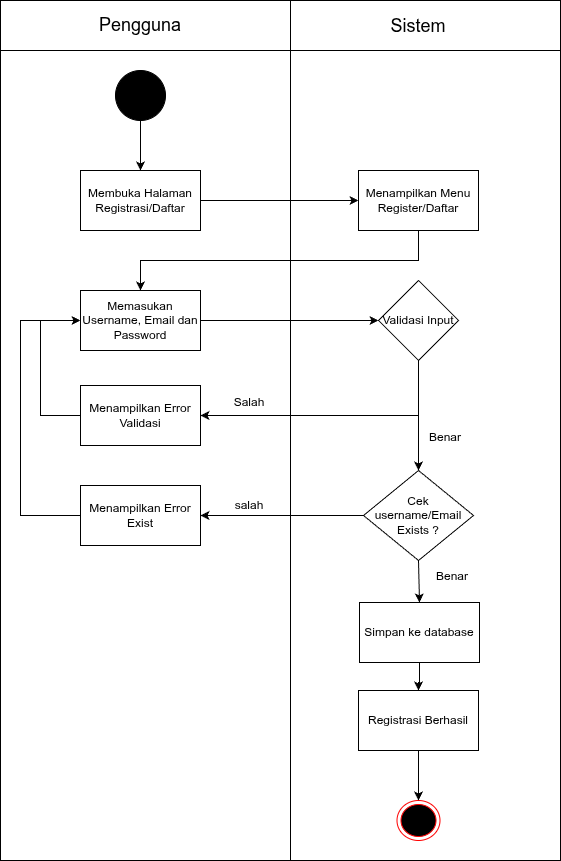
RajaSunrise/kangkungku keeps this draw.io diagram as diagram/activity/pengguna/register-pengguna.png. Above is the earlier version. Source tidied: cells renumbered, new cells last; positions are measured from the earlier drawing's top-left corner, leaving out a move shared by most shapes. Source of this version:
```xml
<mxGraphModel>
  <root>
    <mxCell id="0" />
    <mxCell id="1" parent="0" />
    <mxCell id="2" style="shape=internalStorage;whiteSpace=wrap;html=1;backgroundOutline=1;dx=290;dy=50;" parent="1" vertex="1">
      <mxGeometry width="560" height="860" as="geometry" />
    </mxCell>
    <mxCell id="3" value="Pengguna" style="text;html=1;whiteSpace=wrap;strokeColor=none;fillColor=none;align=center;verticalAlign=middle;rounded=0;fontSize=18;" parent="1" vertex="1">
      <mxGeometry x="110" y="10" width="60" height="30" as="geometry" />
    </mxCell>
    <mxCell id="4" value="Sistem" style="text;html=1;whiteSpace=wrap;strokeColor=none;fillColor=none;align=center;verticalAlign=middle;rounded=0;fontSize=18;" parent="1" vertex="1">
      <mxGeometry x="388" y="11" width="60" height="30" as="geometry" />
    </mxCell>
    <mxCell id="5" style="ellipse;whiteSpace=wrap;html=1;strokeColor=light-dark(#000000,#000000);fillColor=#000000;fillStyle=auto;" parent="1" vertex="1">
      <mxGeometry x="115" y="70" width="50" height="50" as="geometry" />
    </mxCell>
    <mxCell id="6" style="endArrow=classic;html=1;rounded=0;exitX=0.5;exitY=1;exitDx=0;exitDy=0;entryX=0.5;entryY=0;entryDx=0;entryDy=0;" parent="1" edge="1" source="5" target="7">
      <mxGeometry relative="1" as="geometry" />
    </mxCell>
    <mxCell id="7" value="Membuka Halaman Registrasi/Daftar" style="rounded=0;whiteSpace=wrap;html=1;" parent="1" vertex="1">
      <mxGeometry x="80" y="170" width="120" height="60" as="geometry" />
    </mxCell>
    <mxCell id="8" value="Menampilkan Menu Register/Daftar" style="rounded=0;whiteSpace=wrap;html=1;" parent="1" vertex="1">
      <mxGeometry x="358" y="170" width="120" height="60" as="geometry" />
    </mxCell>
    <mxCell id="9" value="Memasukan Username, Email dan Password" style="rounded=0;whiteSpace=wrap;html=1;" parent="1" vertex="1">
      <mxGeometry x="80" y="290" width="120" height="60" as="geometry" />
    </mxCell>
    <mxCell id="10" style="endArrow=classic;html=1;rounded=0;exitX=1;exitY=0.5;exitDx=0;exitDy=0;entryX=0;entryY=0.5;entryDx=0;entryDy=0;" parent="1" edge="1" source="7" target="8">
      <mxGeometry relative="1" as="geometry" />
    </mxCell>
    <mxCell id="11" style="endArrow=classic;html=1;rounded=0;exitX=0.5;exitY=1;exitDx=0;exitDy=0;entryX=0.5;entryY=0;entryDx=0;entryDy=0;" parent="1" edge="1" source="8" target="9">
      <mxGeometry relative="1" as="geometry">
        <Array as="points">
          <mxPoint x="418" y="260" />
          <mxPoint x="290" y="260" />
          <mxPoint x="140" y="260" />
        </Array>
      </mxGeometry>
    </mxCell>
    <mxCell id="12" style="endArrow=classic;html=1;rounded=0;exitX=1;exitY=0.5;exitDx=0;exitDy=0;entryX=0;entryY=0.5;entryDx=0;entryDy=0;" parent="1" edge="1" source="9" target="13">
      <mxGeometry relative="1" as="geometry" />
    </mxCell>
    <mxCell id="13" value="Validasi Input" style="rhombus;whiteSpace=wrap;html=1;" parent="1" vertex="1">
      <mxGeometry x="378" y="280" width="80" height="80" as="geometry" />
    </mxCell>
    <mxCell id="14" value="Salah" style="text;html=1;whiteSpace=wrap;strokeColor=none;fillColor=none;align=center;verticalAlign=middle;rounded=0;" parent="1" vertex="1">
      <mxGeometry x="150" y="400" width="60" height="30" as="geometry" />
    </mxCell>
    <mxCell id="15" value="Registrasi Berhasil" style="rounded=0;whiteSpace=wrap;html=1;" parent="1" vertex="1">
      <mxGeometry x="358" y="690" width="120" height="60" as="geometry" />
    </mxCell>
    <mxCell id="16" style="ellipse;html=1;shape=endState;fillColor=#000000;strokeColor=#ff0000;" parent="1" vertex="1">
      <mxGeometry x="396.5" y="800" width="43" height="40" as="geometry" />
    </mxCell>
    <mxCell id="17" style="endArrow=classic;html=1;rounded=0;entryX=0.5;entryY=0;entryDx=0;entryDy=0;exitX=0.5;exitY=1;exitDx=0;exitDy=0;" parent="1" edge="1" source="15" target="16">
      <mxGeometry relative="1" as="geometry" />
    </mxCell>
    <mxCell id="18" value="Menampilkan Error Validasi" style="rounded=0;whiteSpace=wrap;html=1;" parent="1" vertex="1">
      <mxGeometry x="80" y="385" width="120" height="60" as="geometry" />
    </mxCell>
    <mxCell id="19" style="endArrow=classic;html=1;rounded=0;exitX=0.5;exitY=1;exitDx=0;exitDy=0;entryX=1;entryY=0.5;entryDx=0;entryDy=0;" parent="1" edge="1" source="13" target="18">
      <mxGeometry relative="1" as="geometry">
        <Array as="points">
          <mxPoint x="418" y="415" />
        </Array>
      </mxGeometry>
    </mxCell>
    <mxCell id="20" style="endArrow=classic;html=1;rounded=0;exitX=0;exitY=0.5;exitDx=0;exitDy=0;entryX=0;entryY=0.5;entryDx=0;entryDy=0;" parent="1" edge="1" source="18" target="9">
      <mxGeometry relative="1" as="geometry">
        <Array as="points">
          <mxPoint x="40" y="415" />
          <mxPoint x="40" y="320" />
        </Array>
      </mxGeometry>
    </mxCell>
    <mxCell id="21" value="Cek username/Email Exists ?" style="rhombus;whiteSpace=wrap;html=1;" parent="1" vertex="1">
      <mxGeometry x="363" y="470" width="110" height="90" as="geometry" />
    </mxCell>
    <mxCell id="22" value="Salah" style="text;html=1;whiteSpace=wrap;strokeColor=none;fillColor=none;align=center;verticalAlign=middle;rounded=0;" parent="1" vertex="1">
      <mxGeometry x="219" y="387" width="60" height="30" as="geometry" />
    </mxCell>
    <mxCell id="23" style="endArrow=classic;html=1;rounded=0;entryX=0.5;entryY=0;entryDx=0;entryDy=0;" parent="1" edge="1" target="21">
      <mxGeometry relative="1" as="geometry">
        <mxPoint x="418" y="360" as="sourcePoint" />
      </mxGeometry>
    </mxCell>
    <mxCell id="24" value="Benar" style="text;html=1;whiteSpace=wrap;strokeColor=none;fillColor=none;align=center;verticalAlign=middle;rounded=0;" parent="1" vertex="1">
      <mxGeometry x="415" y="422" width="60" height="30" as="geometry" />
    </mxCell>
    <mxCell id="25" value="Menampilkan Error Exist" style="rounded=0;whiteSpace=wrap;html=1;" parent="1" vertex="1">
      <mxGeometry x="80" y="485" width="120" height="60" as="geometry" />
    </mxCell>
    <mxCell id="26" style="endArrow=classic;html=1;rounded=0;exitX=0;exitY=0.5;exitDx=0;exitDy=0;entryX=1;entryY=0.5;entryDx=0;entryDy=0;" parent="1" edge="1" source="21" target="25">
      <mxGeometry relative="1" as="geometry" />
    </mxCell>
    <mxCell id="27" style="endArrow=classic;html=1;rounded=0;exitX=0;exitY=0.5;exitDx=0;exitDy=0;entryX=0;entryY=0.5;entryDx=0;entryDy=0;" parent="1" edge="1" source="25" target="9">
      <mxGeometry relative="1" as="geometry">
        <Array as="points">
          <mxPoint x="20" y="515" />
          <mxPoint x="20" y="320" />
        </Array>
      </mxGeometry>
    </mxCell>
    <mxCell id="28" style="edgeStyle=orthogonalEdgeStyle;rounded=0;jettySize=auto;html=1;" parent="1" edge="1" source="29" target="15">
      <mxGeometry relative="1" as="geometry" />
    </mxCell>
    <mxCell id="29" value="Simpan ke database" style="rounded=0;whiteSpace=wrap;html=1;" parent="1" vertex="1">
      <mxGeometry x="359" y="602" width="120" height="60" as="geometry" />
    </mxCell>
    <mxCell id="30" style="endArrow=classic;html=1;rounded=0;entryX=0.5;entryY=0;entryDx=0;entryDy=0;exitX=0.5;exitY=1;exitDx=0;exitDy=0;" parent="1" edge="1" source="21" target="29">
      <mxGeometry relative="1" as="geometry" />
    </mxCell>
    <mxCell id="31" value="salah" style="text;html=1;strokeColor=none;fillColor=none;align=center;verticalAlign=middle;whiteSpace=wrap;rounded=0;" parent="1" vertex="1">
      <mxGeometry x="219" y="490" width="60" height="30" as="geometry" />
    </mxCell>
    <mxCell id="32" value="Benar" style="text;html=1;strokeColor=none;fillColor=none;align=center;verticalAlign=middle;whiteSpace=wrap;rounded=0;" parent="1" vertex="1">
      <mxGeometry x="422" y="561" width="60" height="30" as="geometry" />
    </mxCell>
  </root>
</mxGraphModel>
```
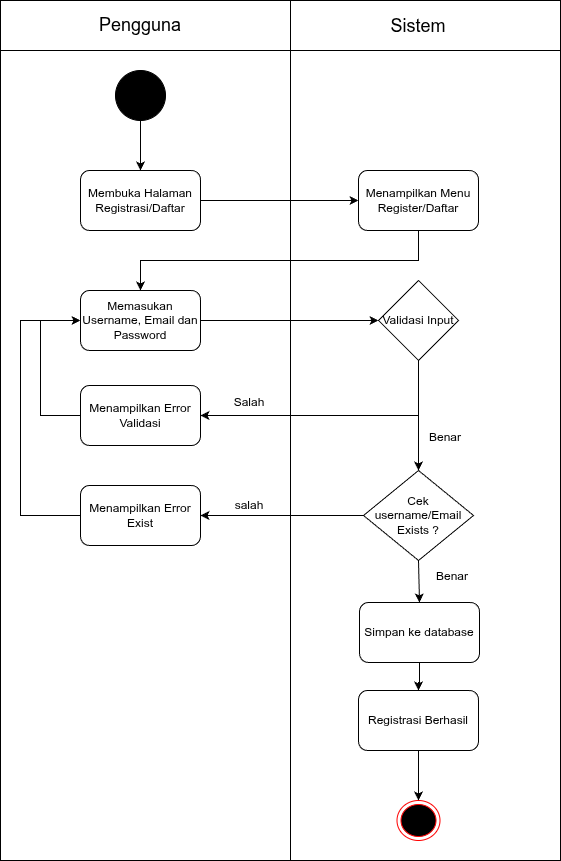
Later version of the same file.

What changed in the source:
```diff
@@ -17,13 +17,13 @@
     <mxCell id="6" style="endArrow=classic;html=1;rounded=0;exitX=0.5;exitY=1;exitDx=0;exitDy=0;entryX=0.5;entryY=0;entryDx=0;entryDy=0;" parent="1" edge="1" source="5" target="7">
       <mxGeometry relative="1" as="geometry" />
     </mxCell>
-    <mxCell id="7" value="Membuka Halaman Registrasi/Daftar" style="rounded=0;whiteSpace=wrap;html=1;" parent="1" vertex="1">
+    <mxCell id="7" value="Membuka Halaman Registrasi/Daftar" style="rounded=1;whiteSpace=wrap;html=1;" parent="1" vertex="1">
       <mxGeometry x="80" y="170" width="120" height="60" as="geometry" />
     </mxCell>
-    <mxCell id="8" value="Menampilkan Menu Register/Daftar" style="rounded=0;whiteSpace=wrap;html=1;" parent="1" vertex="1">
+    <mxCell id="8" value="Menampilkan Menu Register/Daftar" style="rounded=1;whiteSpace=wrap;html=1;" parent="1" vertex="1">
       <mxGeometry x="358" y="170" width="120" height="60" as="geometry" />
     </mxCell>
-    <mxCell id="9" value="Memasukan Username, Email dan Password" style="rounded=0;whiteSpace=wrap;html=1;" parent="1" vertex="1">
+    <mxCell id="9" value="Memasukan Username, Email dan Password" style="rounded=1;whiteSpace=wrap;html=1;" parent="1" vertex="1">
       <mxGeometry x="80" y="290" width="120" height="60" as="geometry" />
     </mxCell>
     <mxCell id="10" style="endArrow=classic;html=1;rounded=0;exitX=1;exitY=0.5;exitDx=0;exitDy=0;entryX=0;entryY=0.5;entryDx=0;entryDy=0;" parent="1" edge="1" source="7" target="8">
@@ -47,7 +47,7 @@
     <mxCell id="14" value="Salah" style="text;html=1;whiteSpace=wrap;strokeColor=none;fillColor=none;align=center;verticalAlign=middle;rounded=0;" parent="1" vertex="1">
       <mxGeometry x="150" y="400" width="60" height="30" as="geometry" />
     </mxCell>
-    <mxCell id="15" value="Registrasi Berhasil" style="rounded=0;whiteSpace=wrap;html=1;" parent="1" vertex="1">
+    <mxCell id="15" value="Registrasi Berhasil" style="rounded=1;whiteSpace=wrap;html=1;" parent="1" vertex="1">
       <mxGeometry x="358" y="690" width="120" height="60" as="geometry" />
     </mxCell>
     <mxCell id="16" style="ellipse;html=1;shape=endState;fillColor=#000000;strokeColor=#ff0000;" parent="1" vertex="1">
@@ -56,7 +56,7 @@
     <mxCell id="17" style="endArrow=classic;html=1;rounded=0;entryX=0.5;entryY=0;entryDx=0;entryDy=0;exitX=0.5;exitY=1;exitDx=0;exitDy=0;" parent="1" edge="1" source="15" target="16">
       <mxGeometry relative="1" as="geometry" />
     </mxCell>
-    <mxCell id="18" value="Menampilkan Error Validasi" style="rounded=0;whiteSpace=wrap;html=1;" parent="1" vertex="1">
+    <mxCell id="18" value="Menampilkan Error Validasi" style="rounded=1;whiteSpace=wrap;html=1;" parent="1" vertex="1">
       <mxGeometry x="80" y="385" width="120" height="60" as="geometry" />
     </mxCell>
     <mxCell id="19" style="endArrow=classic;html=1;rounded=0;exitX=0.5;exitY=1;exitDx=0;exitDy=0;entryX=1;entryY=0.5;entryDx=0;entryDy=0;" parent="1" edge="1" source="13" target="18">
@@ -88,7 +88,7 @@
     <mxCell id="24" value="Benar" style="text;html=1;whiteSpace=wrap;strokeColor=none;fillColor=none;align=center;verticalAlign=middle;rounded=0;" parent="1" vertex="1">
       <mxGeometry x="415" y="422" width="60" height="30" as="geometry" />
     </mxCell>
-    <mxCell id="25" value="Menampilkan Error Exist" style="rounded=0;whiteSpace=wrap;html=1;" parent="1" vertex="1">
+    <mxCell id="25" value="Menampilkan Error Exist" style="rounded=1;whiteSpace=wrap;html=1;" parent="1" vertex="1">
       <mxGeometry x="80" y="485" width="120" height="60" as="geometry" />
     </mxCell>
     <mxCell id="26" style="endArrow=classic;html=1;rounded=0;exitX=0;exitY=0.5;exitDx=0;exitDy=0;entryX=1;entryY=0.5;entryDx=0;entryDy=0;" parent="1" edge="1" source="21" target="25">
@@ -105,7 +105,7 @@
     <mxCell id="28" style="edgeStyle=orthogonalEdgeStyle;rounded=0;jettySize=auto;html=1;" parent="1" edge="1" source="29" target="15">
       <mxGeometry relative="1" as="geometry" />
     </mxCell>
-    <mxCell id="29" value="Simpan ke database" style="rounded=0;whiteSpace=wrap;html=1;" parent="1" vertex="1">
+    <mxCell id="29" value="Simpan ke database" style="rounded=1;whiteSpace=wrap;html=1;" parent="1" vertex="1">
       <mxGeometry x="359" y="602" width="120" height="60" as="geometry" />
     </mxCell>
     <mxCell id="30" style="endArrow=classic;html=1;rounded=0;entryX=0.5;entryY=0;entryDx=0;entryDy=0;exitX=0.5;exitY=1;exitDx=0;exitDy=0;" parent="1" edge="1" source="21" target="29">
```
